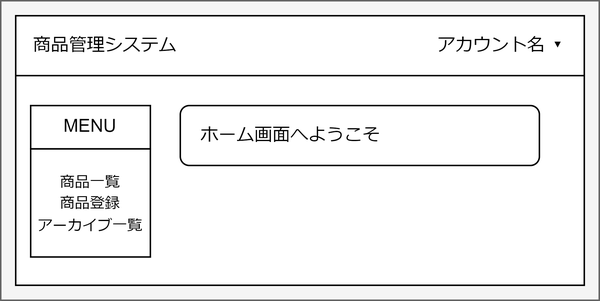
nekkiChan/ItemManagement2 keeps this draw.io diagram as drawio/itemManagement2-home2.drawio.png. Above is the earlier version. Source tidied: cells renumbered, new cells last; positions are measured from the earlier drawing's top-left corner, leaving out a move shared by most shapes.
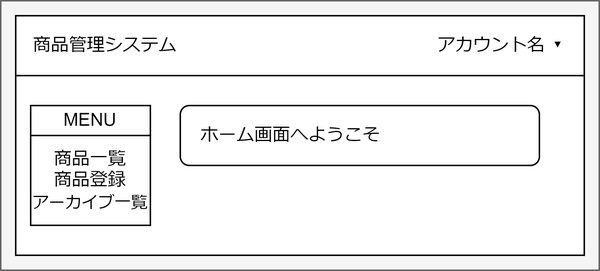
After the change.

Diff of the diagram source:
```diff
@@ -3,10 +3,10 @@
     <mxCell id="0" />
     <mxCell id="1" parent="0" />
     <mxCell id="2" style="rounded=0;whiteSpace=wrap;html=1;fillColor=#f5f5f5;fontColor=#333333;strokeColor=#666666;" parent="1" vertex="1">
-      <mxGeometry width="400" height="200" as="geometry" />
+      <mxGeometry width="400" height="180" as="geometry" />
     </mxCell>
     <mxCell id="3" style="rounded=0;whiteSpace=wrap;html=1;" parent="1" vertex="1">
-      <mxGeometry x="10" y="10" width="380" height="180" as="geometry" />
+      <mxGeometry x="10" y="10" width="380" height="160" as="geometry" />
     </mxCell>
     <mxCell id="4" style="rounded=0;whiteSpace=wrap;html=1;" parent="1" vertex="1">
       <mxGeometry x="10" y="10" width="380" height="40" as="geometry" />
@@ -23,14 +23,11 @@
     <mxCell id="8" style="edgeStyle=orthogonalEdgeStyle;rounded=0;orthogonalLoop=1;jettySize=auto;html=1;exitX=0.5;exitY=1;exitDx=0;exitDy=0;" parent="1" edge="1" source="7" target="7">
       <mxGeometry relative="1" as="geometry" />
     </mxCell>
-    <mxCell id="9" style="group;" parent="1" vertex="1">
-      <mxGeometry x="20" y="70" width="80" height="130" as="geometry" />
-    </mxCell>
-    <mxCell id="10" value="&lt;font style=&quot;font-size: 10px;&quot;&gt;商品一覧&lt;br&gt;商品登録&lt;br&gt;アーカイブ一覧&lt;/font&gt;" style="rounded=0;whiteSpace=wrap;html=1;" parent="9" vertex="1">
-      <mxGeometry y="28.9" width="80" height="72.2" as="geometry" />
+    <mxCell id="10" value="商品一覧&lt;br&gt;商品登録&lt;br&gt;&lt;font style=&quot;font-size: 11px;&quot;&gt;アーカイブ一覧&lt;/font&gt;" style="rounded=0;whiteSpace=wrap;html=1;" parent="1" vertex="1">
+      <mxGeometry x="20" y="90" width="80" height="60" as="geometry" />
     </mxCell>
-    <mxCell id="11" value="MENU" style="rounded=0;whiteSpace=wrap;html=1;" parent="9" vertex="1">
-      <mxGeometry width="80" height="28.9" as="geometry" />
+    <mxCell id="11" value="MENU" style="rounded=0;whiteSpace=wrap;html=1;" parent="1" vertex="1">
+      <mxGeometry x="20" y="70" width="80" height="20" as="geometry" />
     </mxCell>
   </root>
 </mxGraphModel>
```
